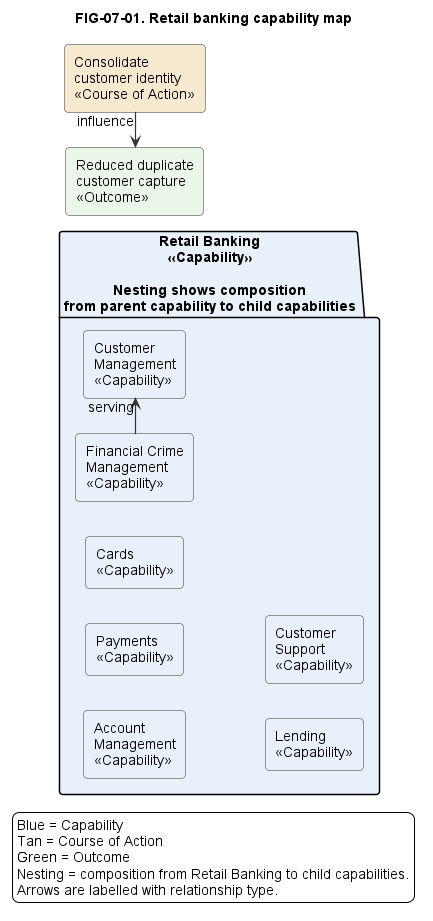
nishikanttiwari01/Architecture_Modelling keeps this PlantUML diagram as diagrams/exported/png/FIG-07-01-retail-banking-capability-map.png. Above is the earlier version.
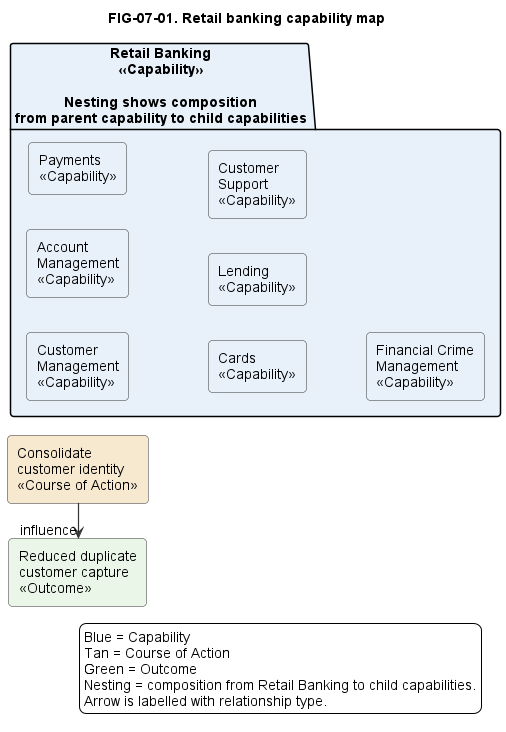
After the change.

Change to the diagram source:
```diff
@@ -23,7 +23,6 @@
 rectangle "Consolidate\ncustomer identity\n<<Course of Action>>" as course #F7E8D0
 rectangle "Reduced duplicate\ncustomer capture\n<<Outcome>>" as outcome #EAF6E8
 
-fincrime -right-> customer : serving
 course -right-> outcome : influence
 
 legend right
@@ -31,6 +30,6 @@
   Tan = Course of Action
   Green = Outcome
   Nesting = composition from Retail Banking to child capabilities.
-  Arrows are labelled with relationship type.
+  Arrow is labelled with relationship type.
 endlegend
 @enduml
```
